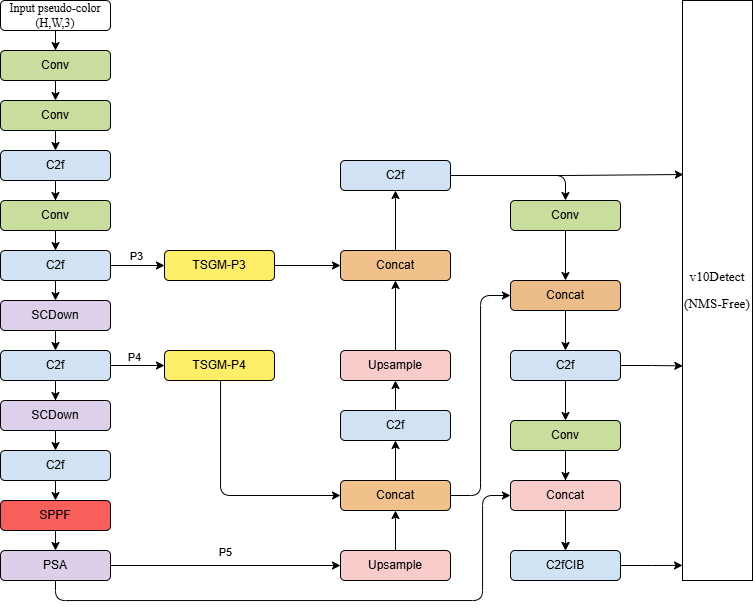
Before: 未命名绘图.drawio.png, a diagram exported from draw.io (258318/text). Source tidied: cells renumbered, new cells last; positions are measured from the earlier drawing's top-left corner, leaving out a move shared by most shapes.
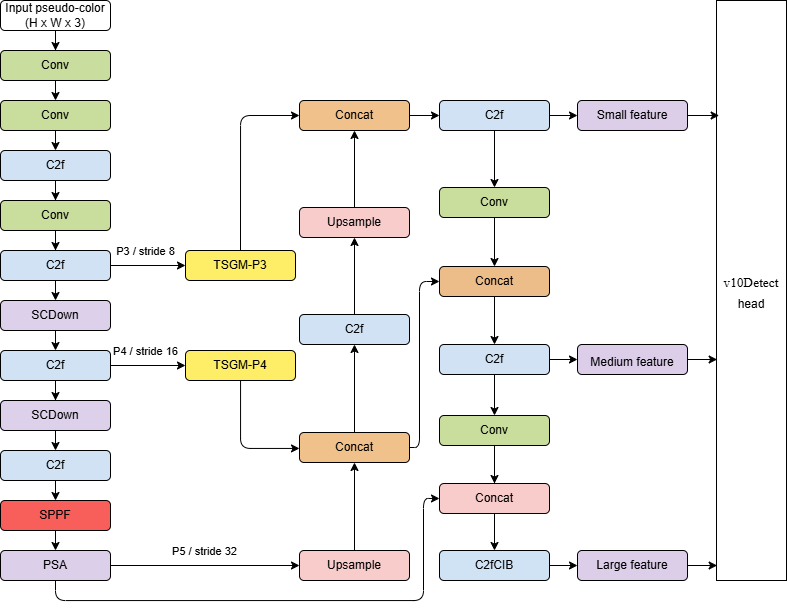
The same file after the commit.

Change to the diagram source:
```diff
@@ -7,4 +7,4 @@
     </mxCell>
-    <mxCell id="3" value="&lt;font face=&quot;Times New Roman&quot;&gt;Input pseudo-color&lt;/font&gt;&lt;div&gt;&lt;font face=&quot;Times New Roman&quot;&gt;(H,W,3)&lt;/font&gt;&lt;/div&gt;" style="rounded=1;whiteSpace=wrap;html=1;" parent="1" vertex="1">
-      <mxGeometry width="110" height="30" as="geometry" />
+    <mxCell id="3" value="&lt;font face=&quot;Helvetica&quot;&gt;Input pseudo-color&lt;/font&gt;&lt;div&gt;&lt;font face=&quot;Helvetica&quot;&gt;(H x W x 3)&lt;/font&gt;&lt;/div&gt;" style="rounded=1;whiteSpace=wrap;html=1;" parent="1" vertex="1">
+      <mxGeometry x="-34" width="110" height="30" as="geometry" />
     </mxCell>
@@ -14,3 +14,3 @@
     <mxCell id="5" value="Conv" style="rounded=1;whiteSpace=wrap;html=1;fillColor=light-dark(#c9de9e, #ededed);" parent="1" vertex="1">
-      <mxGeometry y="50" width="110" height="30" as="geometry" />
+      <mxGeometry x="-34" y="50" width="110" height="30" as="geometry" />
     </mxCell>
@@ -20,3 +20,3 @@
     <mxCell id="7" value="Conv" style="rounded=1;whiteSpace=wrap;html=1;fillColor=light-dark(#c9de9d, #ededed);" parent="1" vertex="1">
-      <mxGeometry y="100" width="110" height="30" as="geometry" />
+      <mxGeometry x="-34" y="100" width="110" height="30" as="geometry" />
     </mxCell>
@@ -26,3 +26,3 @@
     <mxCell id="9" value="SCDown" style="rounded=1;whiteSpace=wrap;html=1;fillColor=light-dark(#dcd0ea, #ededed);" parent="1" vertex="1">
-      <mxGeometry y="300" width="110" height="30" as="geometry" />
+      <mxGeometry x="-34" y="300" width="110" height="30" as="geometry" />
     </mxCell>
@@ -34,9 +34,9 @@
     </mxCell>
-    <mxCell id="12" value="P3" style="edgeLabel;html=1;align=center;verticalAlign=middle;" parent="11" vertex="1">
-      <mxGeometry x="-0.03" y="-1" relative="1" as="geometry">
-        <mxPoint y="-11" as="offset" />
-      </mxGeometry>
-    </mxCell>
+    <mxCell id="65" value="P3 / stride 8" style="edgeLabel;html=1;align=center;verticalAlign=middle;" parent="11" vertex="1">
+      <mxGeometry x="-0.09" relative="1" as="geometry">
+        <mxPoint y="-15" as="offset" />
+      </mxGeometry>
+    </mxCell>
     <mxCell id="13" value="C2f" style="rounded=1;whiteSpace=wrap;html=1;strokeColor=default;align=center;verticalAlign=middle;fontFamily=Helvetica;fontSize=12;fontColor=default;fillColor=light-dark(#d0e2f3, #ededed);" parent="1" vertex="1">
-      <mxGeometry y="250" width="110" height="30" as="geometry" />
+      <mxGeometry x="-34" y="250" width="110" height="30" as="geometry" />
     </mxCell>
@@ -46,3 +46,3 @@
     <mxCell id="15" value="Conv" style="rounded=1;whiteSpace=wrap;html=1;strokeColor=default;align=center;verticalAlign=middle;fontFamily=Helvetica;fontSize=12;fontColor=default;fillColor=light-dark(#c9de9d, #ededed);" parent="1" vertex="1">
-      <mxGeometry y="200" width="110" height="30" as="geometry" />
+      <mxGeometry x="-34" y="200" width="110" height="30" as="geometry" />
     </mxCell>
@@ -52,3 +52,3 @@
     <mxCell id="17" value="C2f" style="rounded=1;whiteSpace=wrap;html=1;fillColor=light-dark(#d0e2f3, #ededed);" parent="1" vertex="1">
-      <mxGeometry y="150" width="110" height="30" as="geometry" />
+      <mxGeometry x="-34" y="150" width="110" height="30" as="geometry" />
     </mxCell>
@@ -58,3 +58,3 @@
     <mxCell id="19" value="SCDown" style="rounded=1;whiteSpace=wrap;html=1;strokeColor=default;align=center;verticalAlign=middle;fontFamily=Helvetica;fontSize=12;fontColor=default;fillColor=light-dark(#dcd0ea, #ededed);" parent="1" vertex="1">
-      <mxGeometry y="400" width="110" height="30" as="geometry" />
+      <mxGeometry x="-34" y="400" width="110" height="30" as="geometry" />
     </mxCell>
@@ -66,9 +66,9 @@
     </mxCell>
-    <mxCell id="22" value="P4" style="edgeLabel;html=1;align=center;verticalAlign=middle;" parent="21" vertex="1">
-      <mxGeometry x="-0.11" y="3" relative="1" as="geometry">
-        <mxPoint y="-6" as="offset" />
-      </mxGeometry>
-    </mxCell>
+    <mxCell id="66" value="P4 / stride 16" style="edgeLabel;html=1;align=center;verticalAlign=middle;" parent="21" vertex="1">
+      <mxGeometry x="-0.09" y="-1" relative="1" as="geometry">
+        <mxPoint y="-16" as="offset" />
+      </mxGeometry>
+    </mxCell>
     <mxCell id="23" value="C2f" style="rounded=1;whiteSpace=wrap;html=1;strokeColor=default;align=center;verticalAlign=middle;fontFamily=Helvetica;fontSize=12;fontColor=default;fillColor=light-dark(#d0e2f3, #ededed);" parent="1" vertex="1">
-      <mxGeometry y="350" width="110" height="30" as="geometry" />
+      <mxGeometry x="-34" y="350" width="110" height="30" as="geometry" />
     </mxCell>
@@ -78,3 +78,3 @@
     <mxCell id="25" value="C2f" style="rounded=1;whiteSpace=wrap;html=1;strokeColor=default;align=center;verticalAlign=middle;fontFamily=Helvetica;fontSize=12;fontColor=default;fillColor=light-dark(#d0e2f3, #ededed);" parent="1" vertex="1">
-      <mxGeometry y="450" width="110" height="30" as="geometry" />
+      <mxGeometry x="-34" y="450" width="110" height="30" as="geometry" />
     </mxCell>
@@ -84,3 +84,3 @@
     <mxCell id="27" value="SPPF" style="rounded=1;whiteSpace=wrap;html=1;fillColor=light-dark(#f85f5b, #ededed);" parent="1" vertex="1">
-      <mxGeometry y="500" width="110" height="30" as="geometry" />
+      <mxGeometry x="-34" y="500" width="110" height="30" as="geometry" />
     </mxCell>
@@ -89,7 +89,7 @@
     </mxCell>
-    <mxCell id="29" value="P5" style="edgeLabel;html=1;align=center;verticalAlign=middle;" parent="28" vertex="1">
-      <mxGeometry relative="1" as="geometry">
-        <mxPoint y="-14" as="offset" />
-      </mxGeometry>
-    </mxCell>
+    <mxCell id="67" value="P5 / stride 32" style="edgeLabel;html=1;align=center;verticalAlign=middle;" parent="28" vertex="1">
+      <mxGeometry x="-0.01" relative="1" as="geometry">
+        <mxPoint y="-15" as="offset" />
+      </mxGeometry>
+    </mxCell>
     <mxCell id="30" style="edgeStyle=orthogonalEdgeStyle;rounded=1;jettySize=auto;html=1;exitX=0.5;exitY=1;exitDx=0;exitDy=0;entryX=0;entryY=0.5;entryDx=0;entryDy=0;curved=0;" parent="1" edge="1" source="31" target="58">
@@ -97,5 +97,5 @@
         <Array as="points">
-          <mxPoint x="55" y="600" />
-          <mxPoint x="482" y="600" />
-          <mxPoint x="482" y="495" />
+          <mxPoint x="21" y="600" />
+          <mxPoint x="389" y="600" />
+          <mxPoint x="389" y="498" />
         </Array>
@@ -104,19 +104,27 @@
     <mxCell id="31" value="PSA" style="rounded=1;whiteSpace=wrap;html=1;fillColor=light-dark(#dccfe9, #ededed);" parent="1" vertex="1">
-      <mxGeometry y="550" width="110" height="30" as="geometry" />
+      <mxGeometry x="-34" y="550" width="110" height="30" as="geometry" />
     </mxCell>
-    <mxCell id="32" style="edgeStyle=orthogonalEdgeStyle;rounded=0;jettySize=auto;html=1;" parent="1" edge="1" source="33" target="46">
-      <mxGeometry relative="1" as="geometry" />
-    </mxCell>
+    <mxCell id="68" style="edgeStyle=orthogonalEdgeStyle;rounded=1;jettySize=auto;html=1;entryX=0;entryY=0.5;entryDx=0;entryDy=0;curved=0;" parent="1" edge="1" target="46">
+      <mxGeometry relative="1" as="geometry">
+        <mxPoint x="206" y="250" as="sourcePoint" />
+        <Array as="points">
+          <mxPoint x="206" y="115" />
+        </Array>
+      </mxGeometry>
+    </mxCell>
     <mxCell id="33" value="TSGM-P3" style="rounded=1;whiteSpace=wrap;html=1;fillColor=light-dark(#feed66, #ededed);" parent="1" vertex="1">
-      <mxGeometry x="164" y="250" width="110" height="30" as="geometry" />
+      <mxGeometry x="151" y="250" width="110" height="30" as="geometry" />
     </mxCell>
-    <mxCell id="34" style="edgeStyle=orthogonalEdgeStyle;rounded=1;jettySize=auto;html=1;entryX=0;entryY=0.5;entryDx=0;entryDy=0;curved=0;" parent="1" edge="1" source="35" target="42">
-      <mxGeometry relative="1" as="geometry">
-        <Array as="points">
-          <mxPoint x="220" y="495" />
-        </Array>
-      </mxGeometry>
-    </mxCell>
+    <mxCell id="69" style="edgeStyle=orthogonalEdgeStyle;rounded=1;jettySize=auto;html=1;exitX=0.5;exitY=1;exitDx=0;exitDy=0;entryX=0;entryY=0.5;entryDx=0;entryDy=0;strokeColor=none;curved=0;" parent="1" edge="1" source="35" target="42">
+      <mxGeometry relative="1" as="geometry" />
+    </mxCell>
+    <mxCell id="70" style="edgeStyle=orthogonalEdgeStyle;rounded=1;jettySize=auto;html=1;entryX=0;entryY=0.5;entryDx=0;entryDy=0;curved=0;" parent="1" edge="1" source="35" target="42">
+      <mxGeometry relative="1" as="geometry">
+        <Array as="points">
+          <mxPoint x="206" y="448" />
+        </Array>
+      </mxGeometry>
+    </mxCell>
     <mxCell id="35" value="TSGM-P4" style="rounded=1;whiteSpace=wrap;html=1;strokeColor=default;align=center;verticalAlign=middle;fontFamily=Helvetica;fontSize=12;fontColor=default;fillColor=light-dark(#feed66, #ededed);" parent="1" vertex="1">
-      <mxGeometry x="164" y="350" width="110" height="30" as="geometry" />
+      <mxGeometry x="151" y="350" width="110" height="30" as="geometry" />
     </mxCell>
@@ -126,5 +134,5 @@
     <mxCell id="37" value="Upsample" style="rounded=1;whiteSpace=wrap;html=1;strokeColor=default;align=center;verticalAlign=middle;fontFamily=Helvetica;fontSize=12;fontColor=default;fillColor=light-dark(#f8cccb, #ededed);" parent="1" vertex="1">
-      <mxGeometry x="340" y="550" width="110" height="30" as="geometry" />
+      <mxGeometry x="265" y="550" width="110" height="30" as="geometry" />
     </mxCell>
-    <mxCell id="38" style="edgeStyle=orthogonalEdgeStyle;rounded=0;jettySize=auto;html=1;exitX=0.5;exitY=0;exitDx=0;exitDy=0;entryX=0.5;entryY=1;entryDx=0;entryDy=0;" parent="1" edge="1" source="39" target="44">
+    <mxCell id="38" style="edgeStyle=orthogonalEdgeStyle;rounded=0;jettySize=auto;html=1;" parent="1" edge="1" source="39" target="44">
       <mxGeometry relative="1" as="geometry" />
@@ -132,5 +140,5 @@
     <mxCell id="39" value="C2f" style="rounded=1;whiteSpace=wrap;html=1;strokeColor=default;align=center;verticalAlign=middle;fontFamily=Helvetica;fontSize=12;fontColor=default;fillColor=light-dark(#d0e2f3, #ededed);" parent="1" vertex="1">
-      <mxGeometry x="340" y="410" width="110" height="30" as="geometry" />
+      <mxGeometry x="265" y="314" width="110" height="30" as="geometry" />
     </mxCell>
-    <mxCell id="40" style="edgeStyle=orthogonalEdgeStyle;rounded=0;jettySize=auto;html=1;exitX=0.5;exitY=0;exitDx=0;exitDy=0;entryX=0.5;entryY=1;entryDx=0;entryDy=0;" parent="1" edge="1" source="42" target="39">
+    <mxCell id="40" style="edgeStyle=orthogonalEdgeStyle;rounded=0;jettySize=auto;html=1;" parent="1" edge="1" source="42" target="39">
       <mxGeometry relative="1" as="geometry" />
@@ -138,8 +146,13 @@
     <mxCell id="41" style="edgeStyle=orthogonalEdgeStyle;rounded=1;jettySize=auto;html=1;entryX=0;entryY=0.5;entryDx=0;entryDy=0;curved=0;" parent="1" edge="1" source="42" target="51">
-      <mxGeometry relative="1" as="geometry" />
+      <mxGeometry relative="1" as="geometry">
+        <Array as="points">
+          <mxPoint x="385" y="447" />
+          <mxPoint x="385" y="281" />
+        </Array>
+      </mxGeometry>
     </mxCell>
     <mxCell id="42" value="Concat" style="rounded=1;whiteSpace=wrap;html=1;strokeColor=default;align=center;verticalAlign=middle;fontFamily=Helvetica;fontSize=12;fontColor=default;fillColor=light-dark(#f1c18c, #ededed);" parent="1" vertex="1">
-      <mxGeometry x="340" y="480" width="110" height="30" as="geometry" />
+      <mxGeometry x="265" y="432" width="110" height="30" as="geometry" />
     </mxCell>
-    <mxCell id="43" style="edgeStyle=orthogonalEdgeStyle;rounded=0;jettySize=auto;html=1;exitX=0.5;exitY=0;exitDx=0;exitDy=0;entryX=0.5;entryY=1;entryDx=0;entryDy=0;" parent="1" edge="1" source="44" target="46">
+    <mxCell id="43" style="edgeStyle=orthogonalEdgeStyle;rounded=0;jettySize=auto;html=1;" parent="1" edge="1" source="44" target="46">
       <mxGeometry relative="1" as="geometry" />
@@ -147,5 +160,5 @@
     <mxCell id="44" value="Upsample" style="rounded=1;whiteSpace=wrap;html=1;strokeColor=default;align=center;verticalAlign=middle;fontFamily=Helvetica;fontSize=12;fontColor=default;fillColor=light-dark(#f8cccb, #ededed);" parent="1" vertex="1">
-      <mxGeometry x="340" y="350" width="110" height="30" as="geometry" />
+      <mxGeometry x="265" y="207" width="110" height="30" as="geometry" />
     </mxCell>
-    <mxCell id="45" style="edgeStyle=orthogonalEdgeStyle;rounded=0;jettySize=auto;html=1;entryX=0.5;entryY=1;entryDx=0;entryDy=0;" parent="1" edge="1" source="46" target="48">
+    <mxCell id="45" style="edgeStyle=orthogonalEdgeStyle;rounded=0;jettySize=auto;html=1;" parent="1" edge="1" source="46" target="48">
       <mxGeometry relative="1" as="geometry" />
@@ -153,15 +166,14 @@
     <mxCell id="46" value="Concat" style="rounded=1;whiteSpace=wrap;html=1;fillColor=light-dark(#f1c18c, #ededed);" parent="1" vertex="1">
-      <mxGeometry x="340" y="250" width="110" height="30" as="geometry" />
+      <mxGeometry x="265" y="100" width="110" height="30" as="geometry" />
     </mxCell>
-    <mxCell id="47" style="edgeStyle=orthogonalEdgeStyle;rounded=1;jettySize=auto;html=1;exitX=1;exitY=0.5;exitDx=0;exitDy=0;entryX=0.5;entryY=0;entryDx=0;entryDy=0;curved=0;" parent="1" edge="1" source="48" target="61">
-      <mxGeometry relative="1" as="geometry">
-        <Array as="points">
-          <mxPoint x="565" y="175" />
-        </Array>
-      </mxGeometry>
+    <mxCell id="47" style="edgeStyle=orthogonalEdgeStyle;rounded=0;jettySize=auto;html=1;" parent="1" edge="1" source="48" target="61">
+      <mxGeometry relative="1" as="geometry" />
     </mxCell>
+    <mxCell id="71" style="edgeStyle=orthogonalEdgeStyle;rounded=0;jettySize=auto;html=1;" parent="1" edge="1" source="48" target="75">
+      <mxGeometry relative="1" as="geometry" />
+    </mxCell>
     <mxCell id="48" value="C2f" style="rounded=1;whiteSpace=wrap;html=1;strokeColor=default;align=center;verticalAlign=middle;fontFamily=Helvetica;fontSize=12;fontColor=default;fillColor=light-dark(#d0e2f3, #ededed);" parent="1" vertex="1">
-      <mxGeometry x="340" y="160" width="110" height="30" as="geometry" />
+      <mxGeometry x="405" y="100" width="110" height="30" as="geometry" />
     </mxCell>
-    <mxCell id="49" value="&lt;span lang=&quot;EN-US&quot; style=&quot;font-size: 10pt; line-height: 200%; font-family: &amp;quot;Times New Roman&amp;quot;, serif;&quot;&gt;v10Detect&lt;/span&gt;&lt;div&gt;&lt;span lang=&quot;EN-US&quot; style=&quot;font-size: 10pt; line-height: 200%; font-family: &amp;quot;Times New Roman&amp;quot;, serif;&quot;&gt;&lt;span lang=&quot;EN-US&quot; style=&quot;font-size: 10pt; line-height: 200%;&quot;&gt;(NMS-Free)&lt;/span&gt;&lt;/span&gt;&lt;/div&gt;" style="rounded=0;whiteSpace=wrap;html=1;" parent="1" vertex="1">
+    <mxCell id="49" value="&lt;span lang=&quot;EN-US&quot; style=&quot;font-size: 10pt; line-height: 200%; font-family: &amp;quot;Times New Roman&amp;quot;, serif;&quot;&gt;v10Detect&lt;/span&gt;&lt;div&gt;head&lt;/div&gt;" style="rounded=0;whiteSpace=wrap;html=1;" parent="1" vertex="1">
       <mxGeometry x="682" width="70" height="580" as="geometry" />
@@ -172,3 +184,3 @@
     <mxCell id="51" value="Concat" style="rounded=1;whiteSpace=wrap;html=1;strokeColor=default;align=center;verticalAlign=middle;fontFamily=Helvetica;fontSize=12;fontColor=default;fillColor=light-dark(#ecbc89, #ededed);" parent="1" vertex="1">
-      <mxGeometry x="510" y="280" width="110" height="30" as="geometry" />
+      <mxGeometry x="405" y="266" width="110" height="30" as="geometry" />
     </mxCell>
@@ -177,4 +189,7 @@
     </mxCell>
+    <mxCell id="72" style="edgeStyle=orthogonalEdgeStyle;rounded=0;jettySize=auto;html=1;" parent="1" edge="1" source="53" target="76">
+      <mxGeometry relative="1" as="geometry" />
+    </mxCell>
     <mxCell id="53" value="C2f" style="rounded=1;whiteSpace=wrap;html=1;strokeColor=default;align=center;verticalAlign=middle;fontFamily=Helvetica;fontSize=12;fontColor=default;fillColor=light-dark(#d0e2f3, #ededed);" parent="1" vertex="1">
-      <mxGeometry x="510" y="350" width="110" height="30" as="geometry" />
+      <mxGeometry x="405" y="344" width="110" height="30" as="geometry" />
     </mxCell>
@@ -187,12 +202,12 @@
     <mxCell id="56" value="Conv" style="rounded=1;whiteSpace=wrap;html=1;strokeColor=default;align=center;verticalAlign=middle;fontFamily=Helvetica;fontSize=12;fontColor=default;fillColor=light-dark(#c9de9d, #ededed);" parent="1" vertex="1">
-      <mxGeometry x="510" y="420" width="110" height="30" as="geometry" />
+      <mxGeometry x="405" y="415" width="110" height="30" as="geometry" />
     </mxCell>
-    <mxCell id="57" style="edgeStyle=orthogonalEdgeStyle;rounded=0;jettySize=auto;html=1;exitX=0.5;exitY=1;exitDx=0;exitDy=0;" parent="1" edge="1" source="58" target="59">
-      <mxGeometry relative="1" as="geometry" />
-    </mxCell>
     <mxCell id="58" value="Concat" style="rounded=1;whiteSpace=wrap;html=1;strokeColor=default;align=center;verticalAlign=middle;fontFamily=Helvetica;fontSize=12;fontColor=default;fillColor=light-dark(#f8cccb, #ededed);" parent="1" vertex="1">
-      <mxGeometry x="510" y="480" width="110" height="30" as="geometry" />
+      <mxGeometry x="405" y="483" width="110" height="30" as="geometry" />
     </mxCell>
+    <mxCell id="73" style="edgeStyle=orthogonalEdgeStyle;rounded=0;jettySize=auto;html=1;" parent="1" edge="1" source="59" target="77">
+      <mxGeometry relative="1" as="geometry" />
+    </mxCell>
     <mxCell id="59" value="C2fCIB" style="rounded=1;whiteSpace=wrap;html=1;fillColor=light-dark(#d0e3f4, #ededed);" parent="1" vertex="1">
-      <mxGeometry x="510" y="550" width="110" height="30" as="geometry" />
+      <mxGeometry x="405" y="550" width="110" height="30" as="geometry" />
     </mxCell>
@@ -202,13 +217,25 @@
     <mxCell id="61" value="Conv" style="rounded=1;whiteSpace=wrap;html=1;strokeColor=default;align=center;verticalAlign=middle;fontFamily=Helvetica;fontSize=12;fontColor=default;fillColor=light-dark(#c9de9d, #ededed);" parent="1" vertex="1">
-      <mxGeometry x="510" y="200" width="110" height="30" as="geometry" />
+      <mxGeometry x="405" y="187" width="110" height="30" as="geometry" />
     </mxCell>
-    <mxCell id="62" style="edgeStyle=orthogonalEdgeStyle;rounded=0;jettySize=auto;html=1;entryX=0.013;entryY=0.3;entryDx=0;entryDy=0;entryPerimeter=0;" parent="1" edge="1" source="48" target="49">
-      <mxGeometry relative="1" as="geometry" />
-    </mxCell>
-    <mxCell id="63" style="edgeStyle=orthogonalEdgeStyle;rounded=0;jettySize=auto;html=1;exitX=1;exitY=0.5;exitDx=0;exitDy=0;entryX=0.005;entryY=0.63;entryDx=0;entryDy=0;entryPerimeter=0;" parent="1" edge="1" source="53" target="49">
-      <mxGeometry relative="1" as="geometry" />
-    </mxCell>
-    <mxCell id="64" style="edgeStyle=orthogonalEdgeStyle;rounded=0;jettySize=auto;html=1;exitX=1;exitY=0.5;exitDx=0;exitDy=0;entryX=0;entryY=0.974;entryDx=0;entryDy=0;entryPerimeter=0;" parent="1" edge="1" source="59" target="49">
-      <mxGeometry relative="1" as="geometry" />
-    </mxCell>
+    <mxCell id="74" style="edgeStyle=orthogonalEdgeStyle;rounded=0;orthogonalLoop=1;jettySize=auto;html=1;exitX=0.5;exitY=1;exitDx=0;exitDy=0;" parent="1" edge="1" source="44" target="44">
+      <mxGeometry relative="1" as="geometry" />
+    </mxCell>
+    <mxCell id="75" value="Small feature" style="rounded=1;whiteSpace=wrap;html=1;strokeColor=default;align=center;verticalAlign=middle;fontFamily=Helvetica;fontSize=12;fontColor=default;fillColor=light-dark(#dccde9, #ededed);" parent="1" vertex="1">
+      <mxGeometry x="543" y="100" width="110" height="30" as="geometry" />
+    </mxCell>
+    <mxCell id="76" value="&lt;table&gt;&lt;tbody&gt;&lt;tr&gt;&lt;td&gt;&lt;/td&gt;&lt;/tr&gt;&lt;/tbody&gt;&lt;/table&gt;&lt;table&gt;&lt;tbody&gt;&lt;tr&gt;&lt;td&gt;Medium feature&lt;/td&gt;&lt;/tr&gt;&lt;/tbody&gt;&lt;/table&gt;" style="rounded=1;whiteSpace=wrap;html=1;strokeColor=default;align=center;verticalAlign=middle;fontFamily=Helvetica;fontSize=12;fontColor=default;fillColor=light-dark(#dccde9, #ededed);" parent="1" vertex="1">
+      <mxGeometry x="543" y="344" width="110" height="30" as="geometry" />
+    </mxCell>
+    <mxCell id="77" value="Large feature" style="rounded=1;whiteSpace=wrap;html=1;strokeColor=default;align=center;verticalAlign=middle;fontFamily=Helvetica;fontSize=12;fontColor=default;fillColor=light-dark(#dccde9, #ededed);" parent="1" vertex="1">
+      <mxGeometry x="543" y="550" width="110" height="30" as="geometry" />
+    </mxCell>
+    <mxCell id="78" style="edgeStyle=orthogonalEdgeStyle;rounded=0;jettySize=auto;html=1;exitX=1;exitY=0.5;exitDx=0;exitDy=0;entryX=0.037;entryY=0.197;entryDx=0;entryDy=0;entryPerimeter=0;" parent="1" edge="1" source="75" target="49">
+      <mxGeometry relative="1" as="geometry" />
+    </mxCell>
+    <mxCell id="79" style="edgeStyle=orthogonalEdgeStyle;rounded=0;jettySize=auto;html=1;exitX=1;exitY=0.5;exitDx=0;exitDy=0;entryX=0.009;entryY=0.62;entryDx=0;entryDy=0;entryPerimeter=0;" parent="1" edge="1" source="76" target="49">
+      <mxGeometry relative="1" as="geometry" />
+    </mxCell>
+    <mxCell id="80" style="edgeStyle=orthogonalEdgeStyle;rounded=0;jettySize=auto;html=1;exitX=1;exitY=0.5;exitDx=0;exitDy=0;entryX=0.009;entryY=0.975;entryDx=0;entryDy=0;entryPerimeter=0;" parent="1" edge="1" source="77" target="49">
+      <mxGeometry relative="1" as="geometry" />
+    </mxCell>
   </root>
```
